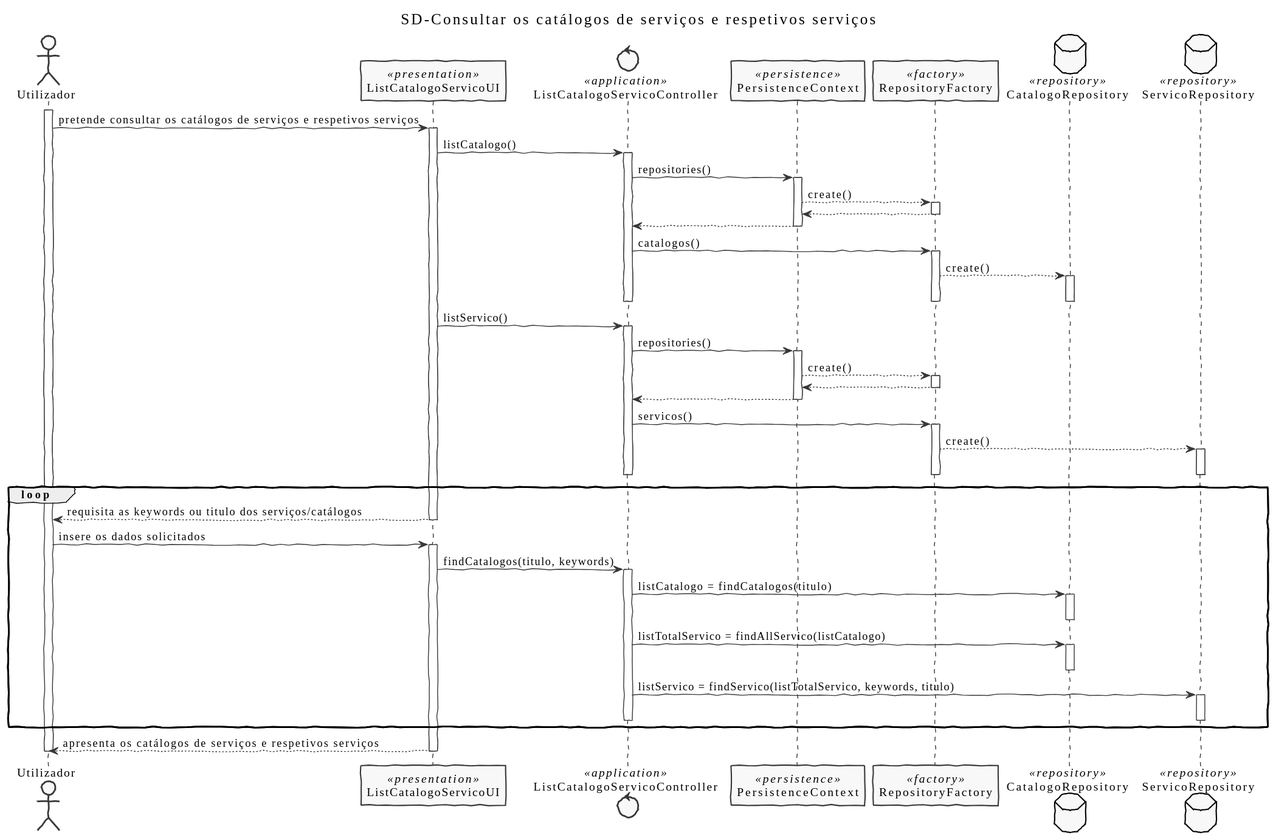
The PlantUML diagram docs/US3001/SD3001.svg in pedrolemos4/LAPR4, before a commit. Source of this version:
```plantuml
@startuml
title SD-Consultar os catálogos de serviços e respetivos serviços


skinparam handwritten true
skinparam monochrome true
skinparam packageStyle rect
skinparam defaultFontName FG Virgil
skinparam shadowing false

actor Utilizador as Actor
participant ListCatalogoServicoUI as UI <<presentation>>
control ListCatalogoServicoController as Controller <<application>>
participant PersistenceContext as Persistence <<persistence>>
participant RepositoryFactory as Factory <<factory>>
database CatalogoRepository as CRepository <<repository>>
database ServicoRepository as  SRepository <<repository>>


activate Actor
Actor -> UI: pretende consultar os catálogos de serviços e respetivos serviços
activate UI
    UI -> Controller: listCatalogo()
    activate Controller
        Controller -> Persistence: repositories()
        activate Persistence
            Persistence --> Factory: create()
            activate Factory
                Factory --> Persistence:
            deactivate Factory
            Persistence --> Controller:
        deactivate Persistence
        Controller -> Factory: catalogos()
        activate Factory
            Factory --> CRepository : create()
            activate CRepository
            deactivate CRepository
        deactivate Factory
    deactivate Controller
    UI -> Controller: listServico()
    activate Controller
        Controller -> Persistence: repositories()
        activate Persistence
            Persistence --> Factory: create()
            activate Factory
                Factory --> Persistence:
            deactivate Factory
            Persistence --> Controller:
        deactivate Persistence
        Controller -> Factory: servicos()
        activate Factory
            Factory --> SRepository : create()
            activate SRepository
            deactivate SRepository
        deactivate Factory

    deactivate Controller
    loop
    UI --> Actor: requisita as keywords ou titulo dos serviços/catálogos
deactivate UI
Actor -> UI: insere os dados solicitados
activate UI
    UI -> Controller:  findCatalogos(titulo, keywords)
    activate Controller
        Controller -> CRepository: listCatalogo  = findCatalogos(titulo)
        activate CRepository
        deactivate CRepository
        Controller -> CRepository: listTotalServico  = findAllServico(listCatalogo)
        activate CRepository
        deactivate CRepository
        Controller -> SRepository: listServico = findServico(listTotalServico, keywords, titulo)
        activate SRepository
        deactivate SRepository
    deactivate Controller
    end
    UI --> Actor: apresenta  os catálogos de serviços e respetivos serviços
deactivate UI
deactivate Actor
@enduml
```
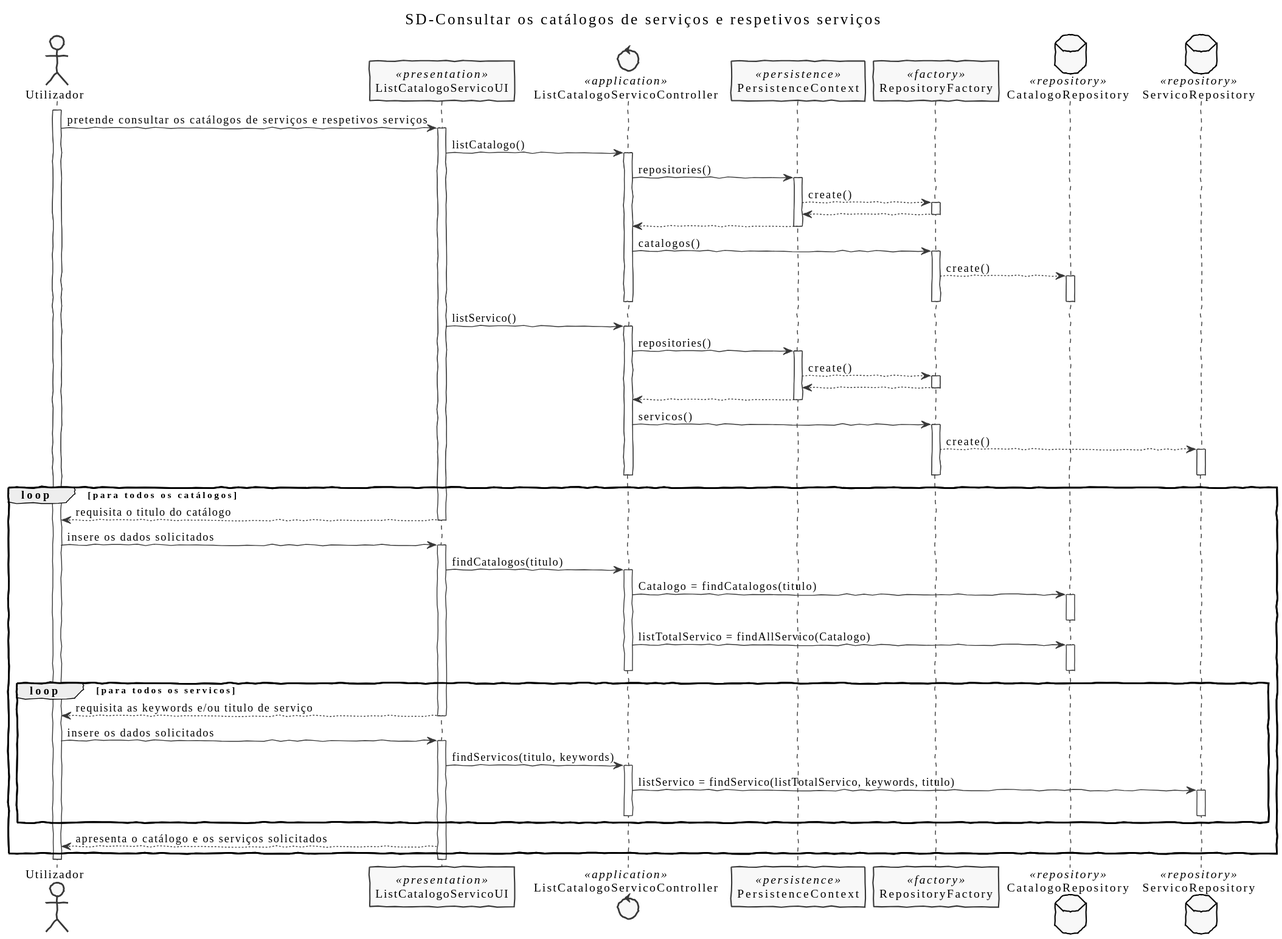
After the change.

What changed in the source:
```diff
@@ -55,25 +55,35 @@
         deactivate Factory
 
     deactivate Controller
-    loop
-    UI --> Actor: requisita as keywords ou titulo dos serviços/catálogos
+    loop para todos os catálogos
+    UI --> Actor: requisita o titulo do catálogo
 deactivate UI
 Actor -> UI: insere os dados solicitados
 activate UI
-    UI -> Controller:  findCatalogos(titulo, keywords)
+    UI -> Controller:  findCatalogos(titulo)
     activate Controller
-        Controller -> CRepository: listCatalogo  = findCatalogos(titulo)
+        Controller -> CRepository: Catalogo  = findCatalogos(titulo)
         activate CRepository
         deactivate CRepository
-        Controller -> CRepository: listTotalServico  = findAllServico(listCatalogo)
+        Controller -> CRepository: listTotalServico  = findAllServico(Catalogo)
         activate CRepository
         deactivate CRepository
+    deactivate Controller
+    loop para todos os servicos
+    UI --> Actor: requisita as keywords e/ou titulo de serviço
+deactivate UI
+
+Actor -> UI: insere os dados solicitados
+activate UI
+    UI -> Controller:  findServicos(titulo, keywords)
+    activate Controller
         Controller -> SRepository: listServico = findServico(listTotalServico, keywords, titulo)
         activate SRepository
         deactivate SRepository
     deactivate Controller
     end
-    UI --> Actor: apresenta  os catálogos de serviços e respetivos serviços
+    UI --> Actor: apresenta o catálogo e os serviços solicitados
+    end
 deactivate UI
 deactivate Actor
 @enduml
```
